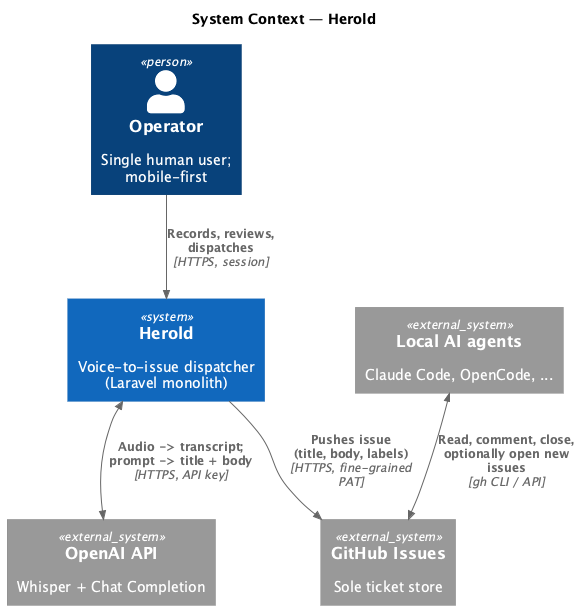
Above: docs/spec/diagrams-png/p2-system-context.png in carstenlucke/herold (PlantUML), before the change.
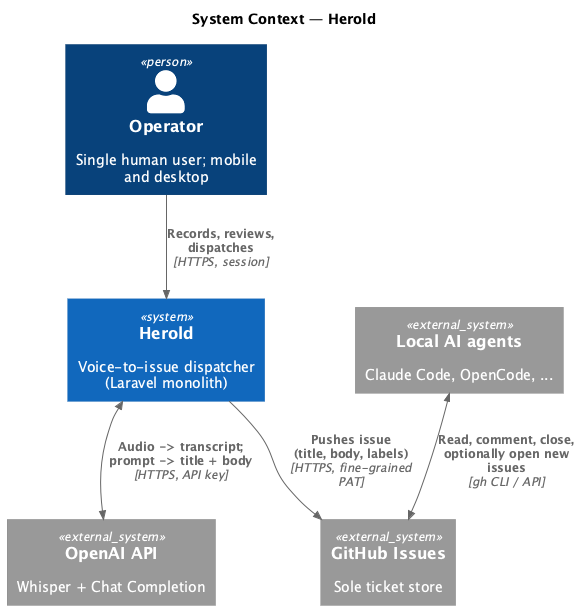
Above is the later version.

Commit message:
docs(spec): treat mobile and desktop as equally important contexts

The edit, as a diff of the source:
```diff
@@ -3,7 +3,7 @@
 
 title System Context — Herold
 
-Person(operator, "Operator", "Single human user; mobile-first")
+Person(operator, "Operator", "Single human user; mobile and desktop")
 
 System(herold, "Herold", "Voice-to-issue dispatcher (Laravel monolith)")
 
```
